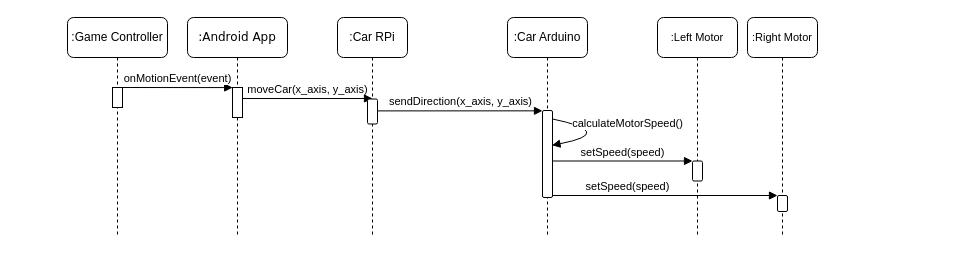
sysc3010-t3/docs keeps this draw.io diagram as design/diagrams/Design_Car_Movement_Sequence.drawio. Above is the earlier version. Source tidied: cells renumbered, new cells numbered last; positions are measured from the earlier drawing's top-left corner, leaving out a move shared by most shapes. Both pictures are drawn from the tidied source at 100%, with x=0, y=0 at pixel (67, 17).
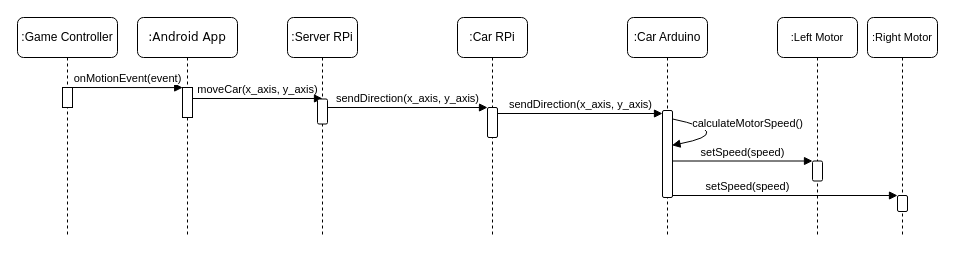
The same diagram, later.

Commit message (it also covers changes not shown here):
Update design report with latest changes

The change refers to these unchanged cells:
```xml
<mxCell id="3" style="html=1;points=[];perimeter=orthogonalPerimeter;rounded=0;shadow=0;comic=0;labelBackgroundColor=none;strokeColor=#000000;strokeWidth=1;fillColor=#FFFFFF;fontFamily=Helvetica;fontSize=11;fontColor=#000000;align=center;" parent="2" vertex="1">
  <mxGeometry x="45" y="70" width="10" height="30" as="geometry" />
</mxCell>
<mxCell id="6" style="html=1;points=[];perimeter=orthogonalPerimeter;rounded=1;fontFamily=Helvetica;fontSize=11;" parent="5" vertex="1">
  <mxGeometry x="30" y="81.5" width="10" height="25" as="geometry" />
</mxCell>
<mxCell id="8" style="html=1;points=[];perimeter=orthogonalPerimeter;rounded=1;fontFamily=Helvetica;fontSize=11;" parent="7" vertex="1">
  <mxGeometry x="35" y="93" width="10" height="87" as="geometry" />
</mxCell>
```

The edit, as a diff of the source:
```diff
@@
     <mxCell id="2" value=":Android App" style="shape=umlLifeline;perimeter=lifelinePerimeter;whiteSpace=wrap;html=1;rounded=1;shadow=0;comic=0;labelBackgroundColor=none;strokeColor=#000000;strokeWidth=1;fillColor=#FFFFFF;fontFamily=Verdana;fontSize=12;fontColor=#000000;align=center;" parent="1" vertex="1">
-      <mxGeometry x="120" width="100" height="220" as="geometry" />
+      <mxGeometry x="70" width="100" height="220" as="geometry" />
     </mxCell>
@@
     <mxCell id="4" value="moveCar(x_axis, y_axis)" style="html=1;verticalAlign=bottom;endArrow=block;labelBackgroundColor=none;fontFamily=Helvetica;fontSize=11;edgeStyle=elbowEdgeStyle;elbow=vertical;" parent="1" edge="1" source="3" target="6">
       <mxGeometry relative="1" as="geometry">
         <Array as="points">
-          <mxPoint x="270" y="81" />
-          <mxPoint x="265" y="80" />
+          <mxPoint x="220" y="81" />
+          <mxPoint x="215" y="80" />
         </Array>
       </mxGeometry>
     </mxCell>
-    <mxCell id="5" value=":Car RPi" style="shape=umlLifeline;perimeter=lifelinePerimeter;whiteSpace=wrap;html=1;rounded=1;" parent="1" vertex="1">
-      <mxGeometry x="270" width="70" height="220" as="geometry" />
+    <mxCell id="5" value=":Server RPi" style="shape=umlLifeline;perimeter=lifelinePerimeter;whiteSpace=wrap;html=1;rounded=1;" parent="1" vertex="1">
+      <mxGeometry x="220" width="70" height="220" as="geometry" />
     </mxCell>
@@
     <mxCell id="7" value=":Car Arduino" style="shape=umlLifeline;perimeter=lifelinePerimeter;whiteSpace=wrap;html=1;rounded=1;" parent="1" vertex="1">
-      <mxGeometry x="440" width="80" height="220" as="geometry" />
+      <mxGeometry x="560" width="80" height="220" as="geometry" />
     </mxCell>
@@
-    <mxCell id="10" value="sendDirection(x_axis, y_axis)" style="html=1;verticalAlign=bottom;endArrow=block;entryX=0;entryY=0.004;entryDx=0;entryDy=0;entryPerimeter=0;fontSize=11;exitX=0.989;exitY=0.476;exitDx=0;exitDy=0;exitPerimeter=0;fontFamily=Helvetica;" parent="1" edge="1" source="6" target="8">
-      <mxGeometry relative="1" as="geometry" />
+    <mxCell id="10" value="sendDirection(x_axis, y_axis)" style="html=1;verticalAlign=bottom;endArrow=block;fontSize=11;fontFamily=Helvetica;" parent="1" edge="1" target="21">
+      <mxGeometry relative="1" as="geometry">
+        <mxPoint x="260" y="90" as="sourcePoint" />
+      </mxGeometry>
     </mxCell>
     <mxCell id="11" value=":Game Controller" style="shape=umlLifeline;perimeter=lifelinePerimeter;whiteSpace=wrap;html=1;rounded=1;" parent="1" vertex="1">
-      <mxGeometry width="100" height="220" as="geometry" />
+      <mxGeometry x="-50" width="100" height="220" as="geometry" />
     </mxCell>
@@
     <mxCell id="13" value="onMotionEvent(event)" style="html=1;verticalAlign=bottom;endArrow=block;fontSize=11;entryX=0.017;entryY=0.004;entryDx=0;entryDy=0;entryPerimeter=0;fontFamily=Helvetica;" parent="1" edge="1">
       <mxGeometry relative="1" as="geometry">
-        <mxPoint x="54" y="70" as="sourcePoint" />
-        <mxPoint x="165.2" y="70.1" as="targetPoint" />
+        <mxPoint x="4" y="70" as="sourcePoint" />
+        <mxPoint x="115.2" y="70.1" as="targetPoint" />
       </mxGeometry>
     </mxCell>
     <mxCell id="14" value=":Left Motor" style="shape=umlLifeline;perimeter=lifelinePerimeter;whiteSpace=wrap;html=1;rounded=1;fontSize=11;" parent="1" vertex="1">
-      <mxGeometry x="590" width="80" height="220" as="geometry" />
+      <mxGeometry x="710" width="80" height="220" as="geometry" />
     </mxCell>
@@
     <mxCell id="16" value=":Right Motor" style="shape=umlLifeline;perimeter=lifelinePerimeter;whiteSpace=wrap;html=1;rounded=1;fontSize=11;" parent="1" vertex="1">
-      <mxGeometry x="680" width="70" height="220" as="geometry" />
+      <mxGeometry x="800" width="70" height="220" as="geometry" />
     </mxCell>
@@
+    <mxCell id="20" value=":Car RPi" style="shape=umlLifeline;perimeter=lifelinePerimeter;whiteSpace=wrap;html=1;rounded=1;" parent="1" vertex="1">
+      <mxGeometry x="390" width="70" height="220" as="geometry" />
+    </mxCell>
+    <mxCell id="21" style="html=1;points=[];perimeter=orthogonalPerimeter;rounded=1;fontFamily=Helvetica;fontSize=11;" parent="20" vertex="1">
+      <mxGeometry x="30" y="90" width="10" height="30" as="geometry" />
+    </mxCell>
+    <mxCell id="22" value="sendDirection(x_axis, y_axis)" style="html=1;verticalAlign=bottom;endArrow=block;fontSize=11;fontFamily=Helvetica;" parent="1" edge="1" target="8">
+      <mxGeometry relative="1" as="geometry">
+        <mxPoint x="430" y="96" as="sourcePoint" />
+      </mxGeometry>
+    </mxCell>
```
